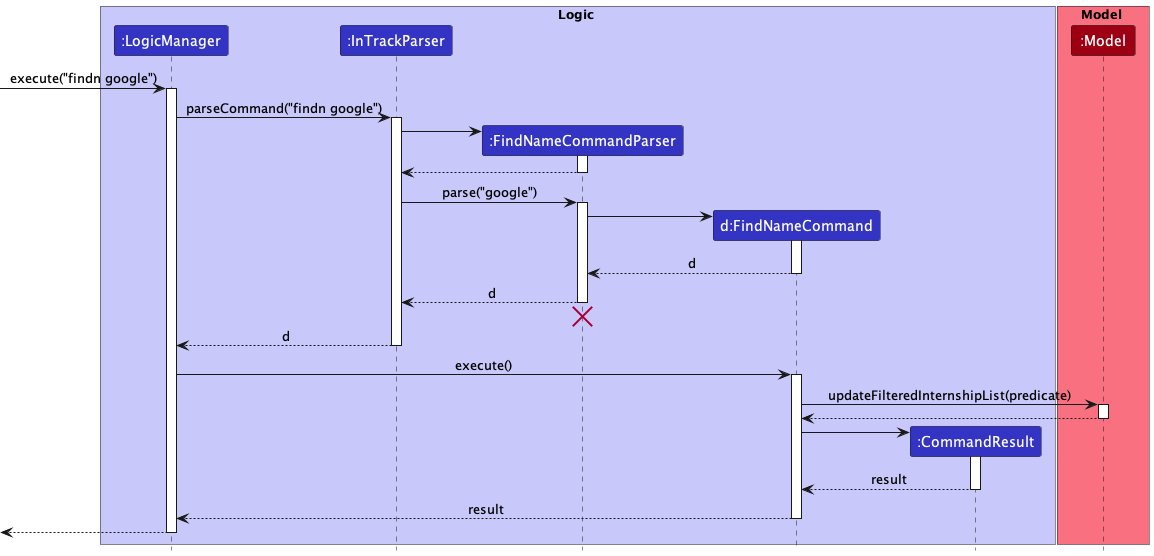
Above: docs/images/FindNameSequenceDiagram.png in nus-cs2103-AY2223S1/tp (PlantUML), before the change. The source it was exported from:
```plantuml
@startuml
!include style.puml

box Logic LOGIC_COLOR_T1
participant ":LogicManager" as LogicManager LOGIC_COLOR
participant ":InTrackParser" as InTrackParser LOGIC_COLOR
participant ":FindNameCommandParser" as FindNameCommandParser LOGIC_COLOR
participant "d:FindNameCommand" as FindNameCommand LOGIC_COLOR
participant ":CommandResult" as CommandResult LOGIC_COLOR
end box

box Model MODEL_COLOR_T1
participant ":Model" as Model MODEL_COLOR
end box

[-> LogicManager : execute("findn google")
activate LogicManager

LogicManager -> InTrackParser : parseCommand("findn google")
activate InTrackParser

create FindNameCommandParser
InTrackParser -> FindNameCommandParser
activate FindNameCommandParser

FindNameCommandParser --> InTrackParser
deactivate FindNameCommandParser

InTrackParser -> FindNameCommandParser : parse("google")
activate FindNameCommandParser

create FindNameCommand
FindNameCommandParser -> FindNameCommand
activate FindNameCommand

FindNameCommand --> FindNameCommandParser : d
deactivate FindNameCommand

FindNameCommandParser --> InTrackParser : d
deactivate FindNameCommandParser
FindNameCommandParser -[hidden]-> InTrackParser
destroy FindNameCommandParser

InTrackParser --> LogicManager : d
deactivate InTrackParser

LogicManager -> FindNameCommand : execute()
activate FindNameCommand

FindNameCommand -> Model : updateFilteredInternshipList(predicate)
activate Model

Model --> FindNameCommand
deactivate Model

create CommandResult
FindNameCommand -> CommandResult
activate CommandResult

CommandResult --> FindNameCommand : result
deactivate CommandResult

FindNameCommand --> LogicManager : result
deactivate FindNameCommand

[<--LogicManager
deactivate LogicManager
@enduml
```
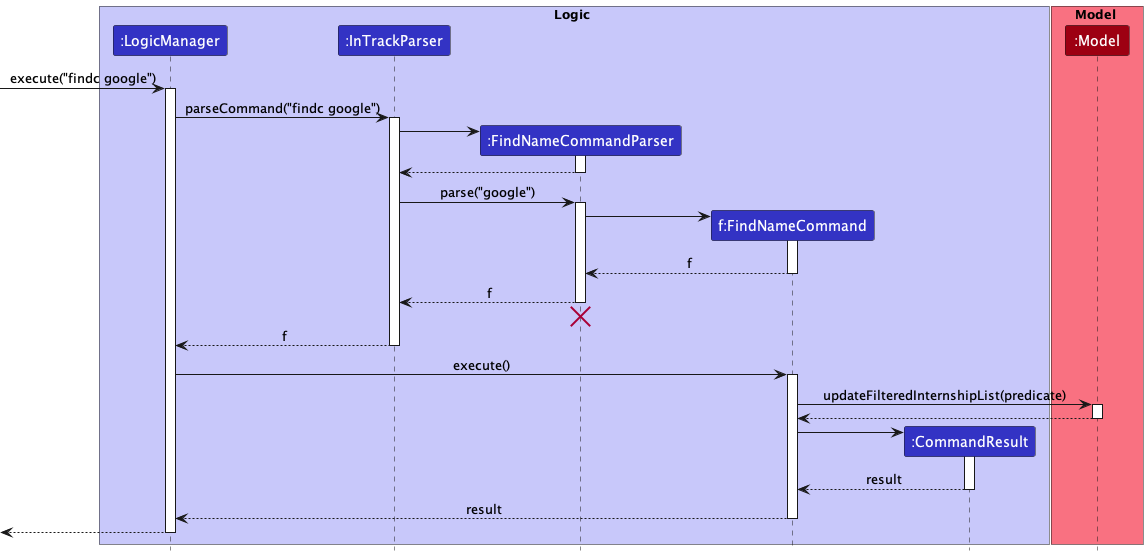
After the commit.

What changed in the source:
```diff
@@ -5,7 +5,7 @@
 participant ":LogicManager" as LogicManager LOGIC_COLOR
 participant ":InTrackParser" as InTrackParser LOGIC_COLOR
 participant ":FindNameCommandParser" as FindNameCommandParser LOGIC_COLOR
-participant "d:FindNameCommand" as FindNameCommand LOGIC_COLOR
+participant "f:FindNameCommand" as FindNameCommand LOGIC_COLOR
 participant ":CommandResult" as CommandResult LOGIC_COLOR
 end box
 
@@ -13,10 +13,10 @@
 participant ":Model" as Model MODEL_COLOR
 end box
 
-[-> LogicManager : execute("findn google")
+[-> LogicManager : execute("findc google")
 activate LogicManager
 
-LogicManager -> InTrackParser : parseCommand("findn google")
+LogicManager -> InTrackParser : parseCommand("findc google")
 activate InTrackParser
 
 create FindNameCommandParser
@@ -33,15 +33,15 @@
 FindNameCommandParser -> FindNameCommand
 activate FindNameCommand
 
-FindNameCommand --> FindNameCommandParser : d
+FindNameCommand --> FindNameCommandParser : f
 deactivate FindNameCommand
 
-FindNameCommandParser --> InTrackParser : d
+FindNameCommandParser --> InTrackParser : f
 deactivate FindNameCommandParser
 FindNameCommandParser -[hidden]-> InTrackParser
 destroy FindNameCommandParser
 
-InTrackParser --> LogicManager : d
+InTrackParser --> LogicManager : f
 deactivate InTrackParser
 
 LogicManager -> FindNameCommand : execute()
```
